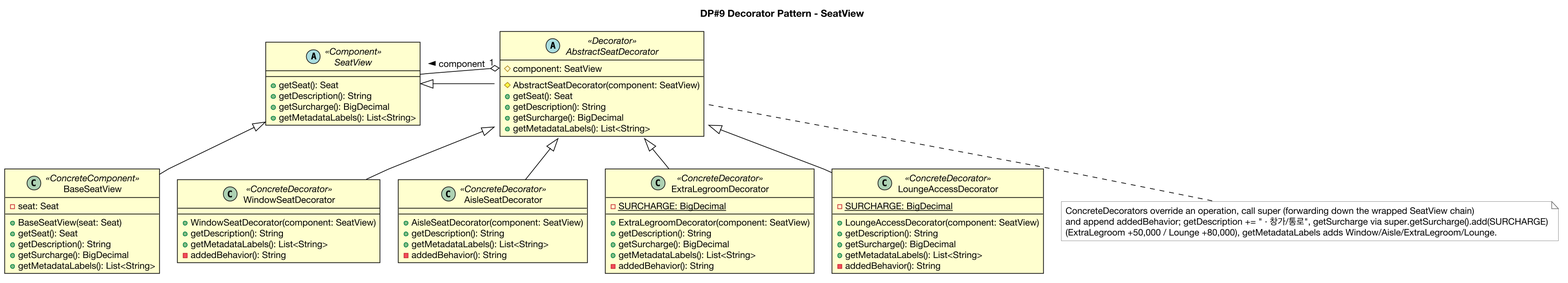
Before: docs/iteration-reports/iter4-deck-simple/assets/dg-dp9.png, a diagram exported from PlantUML (gimjungwook/KoreanAirReservationDomain). The source it was exported from:
```plantuml
@startuml dp8-decorator
skinparam backgroundColor #FFFFFF
skinparam shadowing false
skinparam roundcorner 0
skinparam linetype polyline
skinparam nodesep 26
skinparam ranksep 42
skinparam defaultFontName "Helvetica Neue"
skinparam defaultFontSize 13
skinparam dpi 150
skinparam class {
  BackgroundColor #FFFFCE
  BorderColor #000000
  BorderThickness 1
  ArrowColor #000000
  ArrowThickness 1
  FontColor #000000
  FontName "Helvetica Neue"
  AttributeFontColor #000000
  AttributeFontName "Helvetica Neue"
  StereotypeFontColor #000000
}
skinparam note {
  BackgroundColor #FFFFFF
  BorderColor #777777
  FontColor #000000
}

title DP#9 Decorator Pattern - SeatView
abstract class SeatView <<Component>> {
  +getSeat(): Seat
  +getDescription(): String
  +getSurcharge(): BigDecimal
  +getMetadataLabels(): List<String>
}
class BaseSeatView <<ConcreteComponent>> {
  -seat: Seat
  --
  +BaseSeatView(seat: Seat)
  +getSeat(): Seat
  +getDescription(): String
  +getSurcharge(): BigDecimal
  +getMetadataLabels(): List<String>
}
abstract class AbstractSeatDecorator <<Decorator>> {
  #component: SeatView
  --
  #AbstractSeatDecorator(component: SeatView)
  +getSeat(): Seat
  +getDescription(): String
  +getSurcharge(): BigDecimal
  +getMetadataLabels(): List<String>
}
class WindowSeatDecorator <<ConcreteDecorator>> {
  +WindowSeatDecorator(component: SeatView)
  +getDescription(): String
  +getMetadataLabels(): List<String>
  -addedBehavior(): String
}
class AisleSeatDecorator <<ConcreteDecorator>> {
  +AisleSeatDecorator(component: SeatView)
  +getDescription(): String
  +getMetadataLabels(): List<String>
  -addedBehavior(): String
}
class ExtraLegroomDecorator <<ConcreteDecorator>> {
  -SURCHARGE: BigDecimal {static}
  --
  +ExtraLegroomDecorator(component: SeatView)
  +getDescription(): String
  +getSurcharge(): BigDecimal
  +getMetadataLabels(): List<String>
  -addedBehavior(): String
}
class LoungeAccessDecorator <<ConcreteDecorator>> {
  -SURCHARGE: BigDecimal {static}
  --
  +LoungeAccessDecorator(component: SeatView)
  +getDescription(): String
  +getSurcharge(): BigDecimal
  +getMetadataLabels(): List<String>
  -addedBehavior(): String
}
SeatView <|-- BaseSeatView
SeatView <|-- AbstractSeatDecorator
AbstractSeatDecorator <|-- WindowSeatDecorator
AbstractSeatDecorator <|-- AisleSeatDecorator
AbstractSeatDecorator <|-- ExtraLegroomDecorator
AbstractSeatDecorator <|-- LoungeAccessDecorator

AbstractSeatDecorator::component "1" o-left- SeatView : component >

note bottom of AbstractSeatDecorator : ConcreteDecorators override an operation, call super (forwarding down the wrapped SeatView chain)\nand append addedBehavior; getDescription += " · 창가/통로", getSurcharge via super.getSurcharge().add(SURCHARGE)\n(ExtraLegroom +50,000 / Lounge +80,000), getMetadataLabels adds Window/Aisle/ExtraLegroom/Lounge.
@enduml
```
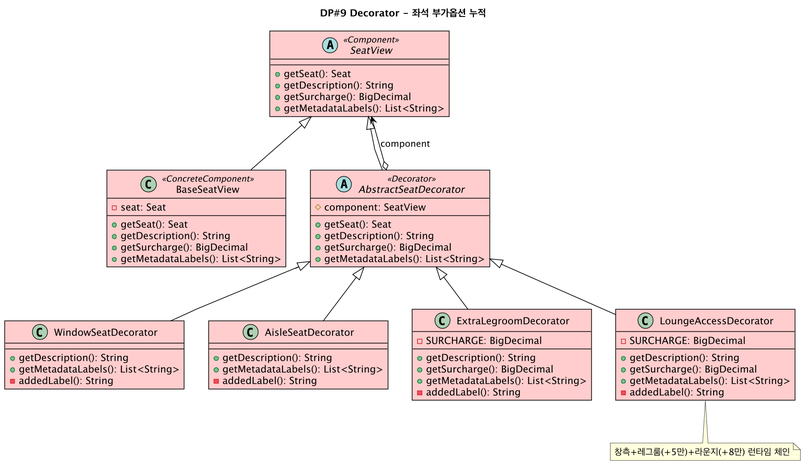
The same diagram one commit later.

The edit, as a diff of the source:
```diff
@@ -1,94 +1,60 @@
-@startuml dp8-decorator
-skinparam backgroundColor #FFFFFF
-skinparam shadowing false
-skinparam roundcorner 0
-skinparam linetype polyline
-skinparam nodesep 26
-skinparam ranksep 42
-skinparam defaultFontName "Helvetica Neue"
-skinparam defaultFontSize 13
-skinparam dpi 150
-skinparam class {
-  BackgroundColor #FFFFCE
-  BorderColor #000000
-  BorderThickness 1
-  ArrowColor #000000
-  ArrowThickness 1
-  FontColor #000000
-  FontName "Helvetica Neue"
-  AttributeFontColor #000000
-  AttributeFontName "Helvetica Neue"
-  StereotypeFontColor #000000
-}
-skinparam note {
-  BackgroundColor #FFFFFF
-  BorderColor #777777
-  FontColor #000000
-}
-
-title DP#9 Decorator Pattern - SeatView
-abstract class SeatView <<Component>> {
+@startuml dp9-decorator
+!include _style.puml
+title DP#9 Decorator - 좌석 부가옵션 누적
+abstract class SeatView <<Component>> #FFCCCC {
   +getSeat(): Seat
   +getDescription(): String
   +getSurcharge(): BigDecimal
   +getMetadataLabels(): List<String>
 }
-class BaseSeatView <<ConcreteComponent>> {
+class BaseSeatView <<ConcreteComponent>> #FFCCCC {
   -seat: Seat
   --
-  +BaseSeatView(seat: Seat)
   +getSeat(): Seat
   +getDescription(): String
   +getSurcharge(): BigDecimal
   +getMetadataLabels(): List<String>
 }
-abstract class AbstractSeatDecorator <<Decorator>> {
+abstract class AbstractSeatDecorator <<Decorator>> #FFCCCC {
   #component: SeatView
   --
-  #AbstractSeatDecorator(component: SeatView)
   +getSeat(): Seat
   +getDescription(): String
   +getSurcharge(): BigDecimal
   +getMetadataLabels(): List<String>
 }
-class WindowSeatDecorator <<ConcreteDecorator>> {
-  +WindowSeatDecorator(component: SeatView)
+class WindowSeatDecorator #FFCCCC {
   +getDescription(): String
   +getMetadataLabels(): List<String>
-  -addedBehavior(): String
+  -addedLabel(): String
 }
-class AisleSeatDecorator <<ConcreteDecorator>> {
-  +AisleSeatDecorator(component: SeatView)
+class AisleSeatDecorator #FFCCCC {
   +getDescription(): String
   +getMetadataLabels(): List<String>
-  -addedBehavior(): String
+  -addedLabel(): String
 }
-class ExtraLegroomDecorator <<ConcreteDecorator>> {
-  -SURCHARGE: BigDecimal {static}
+class ExtraLegroomDecorator #FFCCCC {
+  -SURCHARGE: BigDecimal
   --
-  +ExtraLegroomDecorator(component: SeatView)
   +getDescription(): String
   +getSurcharge(): BigDecimal
   +getMetadataLabels(): List<String>
-  -addedBehavior(): String
+  -addedLabel(): String
 }
-class LoungeAccessDecorator <<ConcreteDecorator>> {
-  -SURCHARGE: BigDecimal {static}
+class LoungeAccessDecorator #FFCCCC {
+  -SURCHARGE: BigDecimal
   --
-  +LoungeAccessDecorator(component: SeatView)
   +getDescription(): String
   +getSurcharge(): BigDecimal
   +getMetadataLabels(): List<String>
-  -addedBehavior(): String
+  -addedLabel(): String
 }
 SeatView <|-- BaseSeatView
 SeatView <|-- AbstractSeatDecorator
+AbstractSeatDecorator o--> SeatView : component
 AbstractSeatDecorator <|-- WindowSeatDecorator
 AbstractSeatDecorator <|-- AisleSeatDecorator
 AbstractSeatDecorator <|-- ExtraLegroomDecorator
 AbstractSeatDecorator <|-- LoungeAccessDecorator
-
-AbstractSeatDecorator::component "1" o-left- SeatView : component >
-
-note bottom of AbstractSeatDecorator : ConcreteDecorators override an operation, call super (forwarding down the wrapped SeatView chain)\nand append addedBehavior; getDescription += " · 창가/통로", getSurcharge via super.getSurcharge().add(SURCHARGE)\n(ExtraLegroom +50,000 / Lounge +80,000), getMetadataLabels adds Window/Aisle/ExtraLegroom/Lounge.
+note bottom : 창측+레그룸(+5만)+라운지(+8만) 런타임 체인
 @enduml
```
